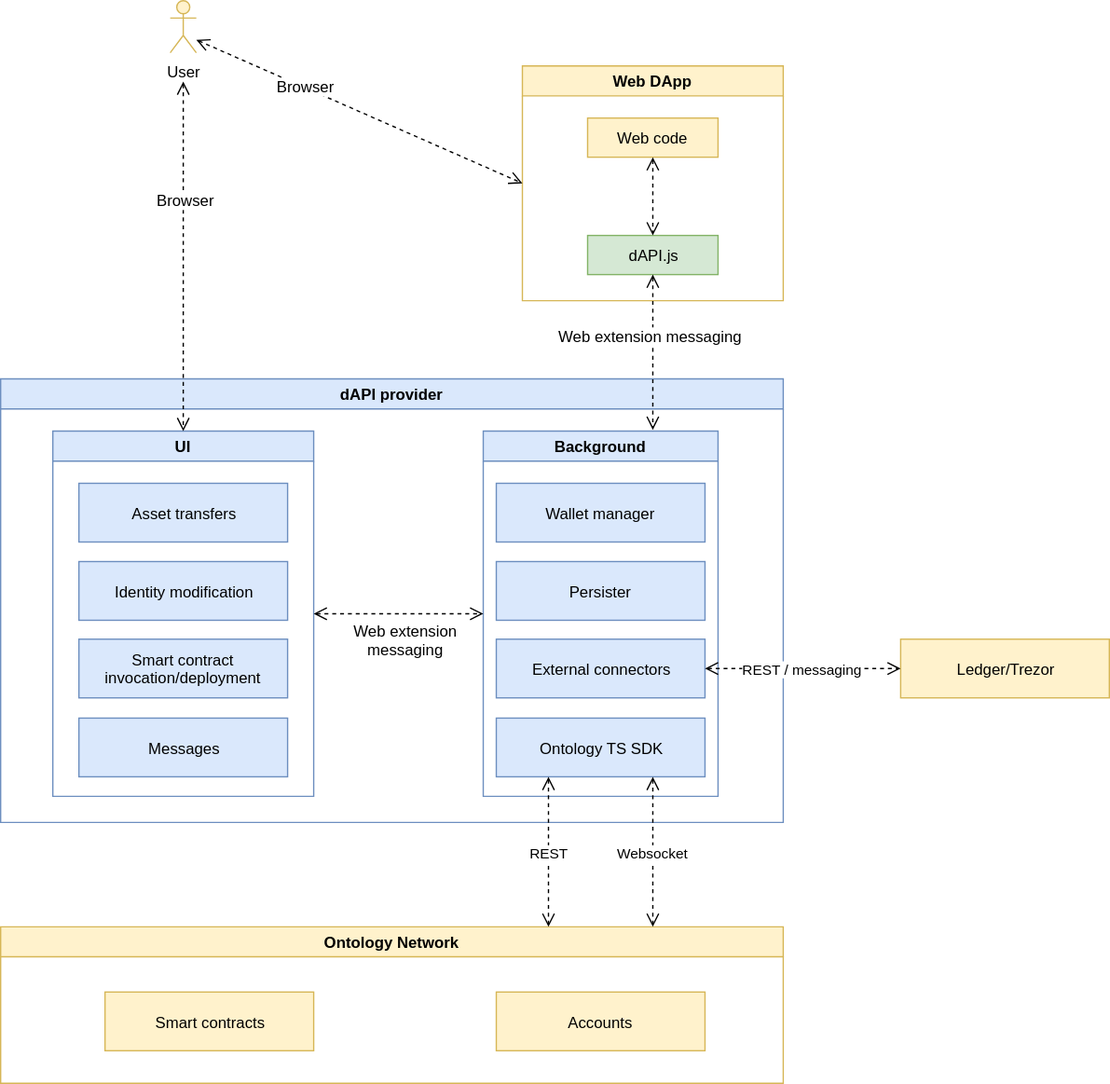
Above: OEP-6/OEP-6-1.svg in ontio/OEPs (draw.io), before the change. Source tidied: cells renumbered, new cells last; positions are measured from the earlier drawing's top-left corner, leaving out a move shared by most shapes. Source of this version:
```xml
<mxGraphModel background="#ffffff">
  <root>
    <mxCell id="0" />
    <mxCell id="1" parent="0" />
    <mxCell id="2" value="User" style="shape=umlActor;verticalLabelPosition=bottom;labelBackgroundColor=#ffffff;verticalAlign=top;html=1;outlineConnect=0;perimeterSpacing=22;fillColor=#fff2cc;strokeColor=#d6b656;" parent="1" vertex="1">
      <mxGeometry x="130" width="20" height="40" as="geometry" />
    </mxCell>
    <mxCell id="3" value="Web DApp" style="swimlane;fillColor=#fff2cc;strokeColor=#d6b656;" parent="1" vertex="1">
      <mxGeometry x="400" y="50" width="200" height="180" as="geometry" />
    </mxCell>
    <mxCell id="4" value="Web code" style="whiteSpace=wrap;html=1;align=center;fillColor=#fff2cc;strokeColor=#d6b656;" parent="3" vertex="1">
      <mxGeometry x="50" y="40" width="100" height="30" as="geometry" />
    </mxCell>
    <mxCell id="5" value="dAPI.js" style="whiteSpace=wrap;html=1;align=center;fillColor=#d5e8d4;strokeColor=#82b366;" parent="3" vertex="1">
      <mxGeometry x="50" y="130" width="100" height="30" as="geometry" />
    </mxCell>
    <mxCell id="6" style="endArrow=open;endFill=1;endSize=8;html=1;exitX=0.5;exitY=1;entryX=0.5;entryY=0;dashed=1;startArrow=open;startFill=0;startSize=8;" parent="3" edge="1" source="4" target="5">
      <mxGeometry relative="1" as="geometry" />
    </mxCell>
    <mxCell id="7" value="dAPI provider" style="swimlane;fillColor=#dae8fc;strokeColor=#6c8ebf;" parent="1" vertex="1">
      <mxGeometry y="290" width="600" height="340" as="geometry" />
    </mxCell>
    <mxCell id="8" value="UI" style="swimlane;fillColor=#dae8fc;strokeColor=#6c8ebf;" parent="7" vertex="1">
      <mxGeometry x="40" y="40" width="200" height="280" as="geometry" />
    </mxCell>
    <mxCell id="9" value="Asset transfers" style="whiteSpace=wrap;html=1;align=center;fillColor=#dae8fc;strokeColor=#6c8ebf;" parent="8" vertex="1">
      <mxGeometry x="20" y="40" width="160" height="45" as="geometry" />
    </mxCell>
    <mxCell id="10" value="Identity modification" style="whiteSpace=wrap;html=1;align=center;fillColor=#dae8fc;strokeColor=#6c8ebf;" parent="8" vertex="1">
      <mxGeometry x="20" y="100" width="160" height="45" as="geometry" />
    </mxCell>
    <mxCell id="11" value="Smart contract&lt;br&gt;invocation/deployment&lt;br&gt;" style="whiteSpace=wrap;html=1;align=center;fillColor=#dae8fc;strokeColor=#6c8ebf;" parent="8" vertex="1">
      <mxGeometry x="20" y="159.5" width="160" height="45" as="geometry" />
    </mxCell>
    <mxCell id="12" value="Messages&lt;br&gt;" style="whiteSpace=wrap;html=1;align=center;fillColor=#dae8fc;strokeColor=#6c8ebf;" parent="8" vertex="1">
      <mxGeometry x="20" y="220" width="160" height="45" as="geometry" />
    </mxCell>
    <mxCell id="13" value="Background" style="swimlane;fillColor=#dae8fc;strokeColor=#6c8ebf;" parent="7" vertex="1">
      <mxGeometry x="370" y="40" width="180" height="280" as="geometry" />
    </mxCell>
    <mxCell id="14" value="Ontology TS SDK" style="whiteSpace=wrap;html=1;align=center;fillColor=#dae8fc;strokeColor=#6c8ebf;" parent="13" vertex="1">
      <mxGeometry x="10" y="220" width="160" height="45" as="geometry" />
    </mxCell>
    <mxCell id="15" value="Wallet manager" style="whiteSpace=wrap;html=1;align=center;fillColor=#dae8fc;strokeColor=#6c8ebf;" parent="13" vertex="1">
      <mxGeometry x="10" y="40" width="160" height="45" as="geometry" />
    </mxCell>
    <mxCell id="16" value="Persister" style="whiteSpace=wrap;html=1;align=center;fillColor=#dae8fc;strokeColor=#6c8ebf;" parent="13" vertex="1">
      <mxGeometry x="10" y="100" width="160" height="45" as="geometry" />
    </mxCell>
    <mxCell id="17" value="External connectors" style="whiteSpace=wrap;html=1;align=center;fillColor=#dae8fc;strokeColor=#6c8ebf;" parent="13" vertex="1">
      <mxGeometry x="10" y="159.5" width="160" height="45" as="geometry" />
    </mxCell>
    <mxCell id="18" style="endArrow=open;endFill=1;endSize=8;html=1;exitX=1;exitY=0.5;dashed=1;startArrow=open;startFill=0;startSize=8;entryX=0;entryY=0.5;" parent="7" edge="1" source="8" target="13">
      <mxGeometry relative="1" as="geometry" />
    </mxCell>
    <mxCell id="19" value="Web extension&lt;br&gt;messaging" style="text;html=1;align=center;verticalAlign=middle;labelBackgroundColor=#ffffff;" parent="18" vertex="1">
      <mxGeometry x="-0.22" y="-2" relative="1" as="geometry">
        <mxPoint x="19" y="17.5" as="offset" />
      </mxGeometry>
    </mxCell>
    <mxCell id="20" value="Ontology Network" style="swimlane;fillColor=#fff2cc;strokeColor=#d6b656;" parent="1" vertex="1">
      <mxGeometry y="710" width="600" height="120" as="geometry" />
    </mxCell>
    <mxCell id="21" value="Smart contracts&lt;br&gt;" style="whiteSpace=wrap;html=1;align=center;fillColor=#fff2cc;strokeColor=#d6b656;" parent="20" vertex="1">
      <mxGeometry x="80" y="50" width="160" height="45" as="geometry" />
    </mxCell>
    <mxCell id="22" value="Accounts&lt;br&gt;" style="whiteSpace=wrap;html=1;align=center;fillColor=#fff2cc;strokeColor=#d6b656;" parent="20" vertex="1">
      <mxGeometry x="380" y="50" width="160" height="45" as="geometry" />
    </mxCell>
    <mxCell id="23" value="Websocket" style="endArrow=open;endFill=1;endSize=8;html=1;exitX=0.75;exitY=1;dashed=1;entryX=0.833;entryY=0;entryPerimeter=0;startArrow=open;startFill=0;startSize=8;" parent="1" edge="1" source="14" target="20">
      <mxGeometry relative="1" as="geometry" />
    </mxCell>
    <mxCell id="24" value="REST" style="endArrow=open;endFill=1;endSize=8;html=1;exitX=0.25;exitY=1;entryX=0.7;entryY=0;entryPerimeter=0;dashed=1;startArrow=open;startFill=0;startSize=8;" parent="1" edge="1" source="14" target="20">
      <mxGeometry relative="1" as="geometry" />
    </mxCell>
    <mxCell id="25" style="endArrow=open;endFill=1;endSize=8;html=1;exitX=0.5;exitY=1;dashed=1;startArrow=open;startFill=0;startSize=8;" parent="1" edge="1" source="5">
      <mxGeometry relative="1" as="geometry">
        <mxPoint x="500" y="329" as="targetPoint" />
      </mxGeometry>
    </mxCell>
    <mxCell id="26" value="Web extension messaging" style="text;html=1;align=center;verticalAlign=middle;labelBackgroundColor=#ffffff;" parent="25" vertex="1">
      <mxGeometry x="-0.22" y="-2" relative="1" as="geometry" />
    </mxCell>
    <mxCell id="27" value="Ledger/Trezor" style="whiteSpace=wrap;html=1;align=center;fillColor=#fff2cc;strokeColor=#d6b656;" parent="1" vertex="1">
      <mxGeometry x="690" y="489.5" width="160" height="45" as="geometry" />
    </mxCell>
    <mxCell id="28" value="REST / messaging" style="endArrow=open;endFill=1;endSize=8;html=1;entryX=0;entryY=0.5;dashed=1;startArrow=open;startFill=0;startSize=8;jumpSize=6;rounded=0;exitX=1;exitY=0.5;" parent="1" edge="1" source="17" target="27">
      <mxGeometry relative="1" as="geometry" />
    </mxCell>
    <mxCell id="29" style="endArrow=open;endFill=1;endSize=8;html=1;dashed=1;startArrow=open;startFill=0;startSize=8;entryX=0;entryY=0.5;sourcePerimeterSpacing=0;" parent="1" edge="1" target="3">
      <mxGeometry relative="1" as="geometry">
        <mxPoint x="150" y="30" as="sourcePoint" />
      </mxGeometry>
    </mxCell>
    <mxCell id="30" value="Browser" style="text;html=1;align=center;verticalAlign=middle;labelBackgroundColor=#ffffff;" parent="29" vertex="1">
      <mxGeometry x="-0.33" y="1" relative="1" as="geometry" />
    </mxCell>
    <mxCell id="31" style="endArrow=open;endFill=1;endSize=8;html=1;dashed=1;startArrow=open;startFill=0;startSize=8;entryX=0.5;entryY=0;sourcePerimeterSpacing=0;" parent="1" edge="1" source="2" target="8">
      <mxGeometry relative="1" as="geometry" />
    </mxCell>
    <mxCell id="32" value="Browser" style="text;html=1;align=center;verticalAlign=middle;labelBackgroundColor=#ffffff;" parent="31" vertex="1">
      <mxGeometry x="-0.33" y="1" relative="1" as="geometry" />
    </mxCell>
  </root>
</mxGraphModel>
```
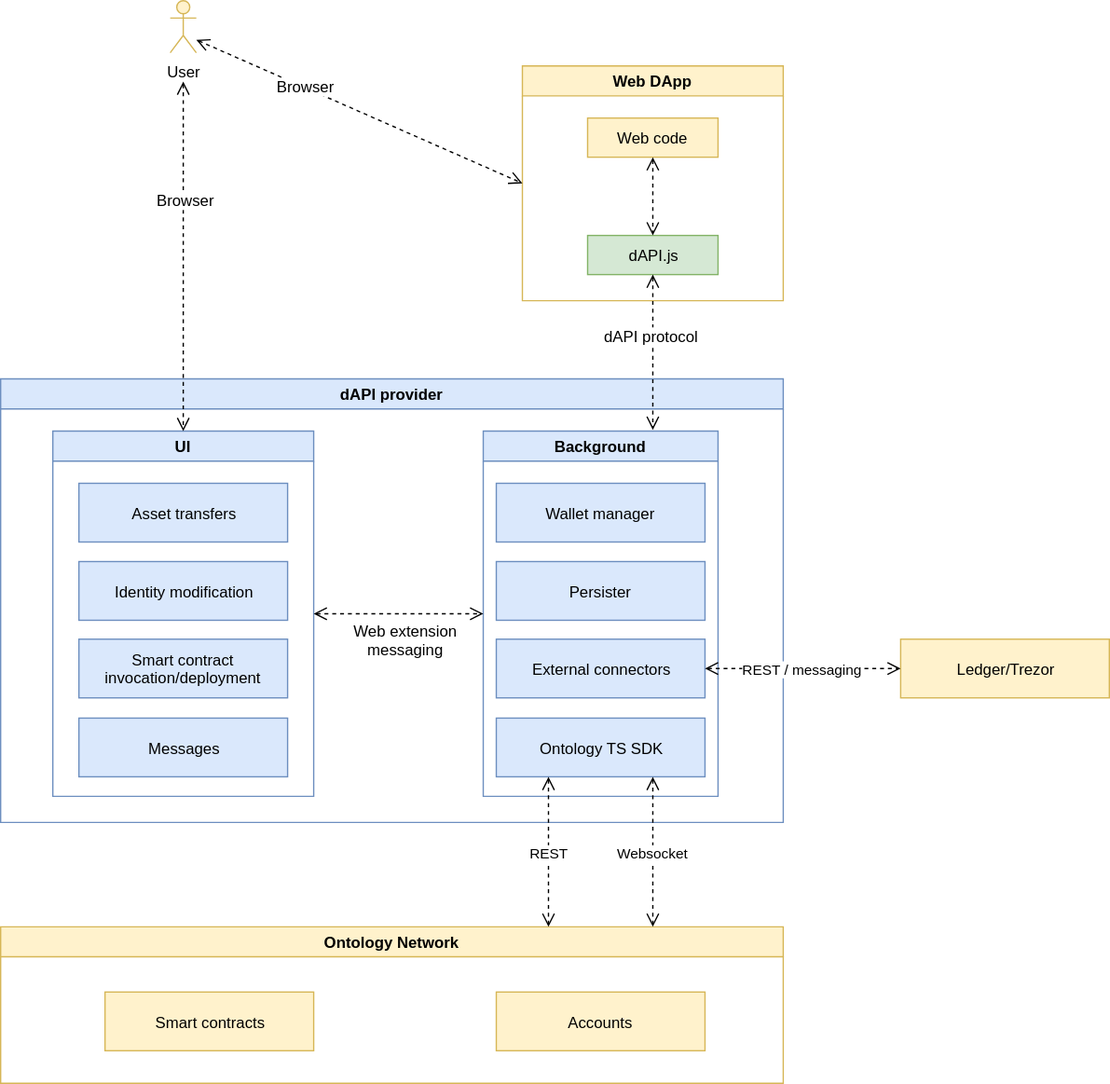
Later version of the same file.

Change to the diagram source:
```diff
@@ -78,7 +78,7 @@
         <mxPoint x="500" y="329" as="targetPoint" />
       </mxGeometry>
     </mxCell>
-    <mxCell id="26" value="Web extension messaging" style="text;html=1;align=center;verticalAlign=middle;labelBackgroundColor=#ffffff;" parent="25" vertex="1">
+    <mxCell id="26" value="dAPI protocol" style="text;html=1;align=center;verticalAlign=middle;labelBackgroundColor=#ffffff;" parent="25" vertex="1">
       <mxGeometry x="-0.22" y="-2" relative="1" as="geometry" />
     </mxCell>
     <mxCell id="27" value="Ledger/Trezor" style="whiteSpace=wrap;html=1;align=center;fillColor=#fff2cc;strokeColor=#d6b656;" parent="1" vertex="1">
```
